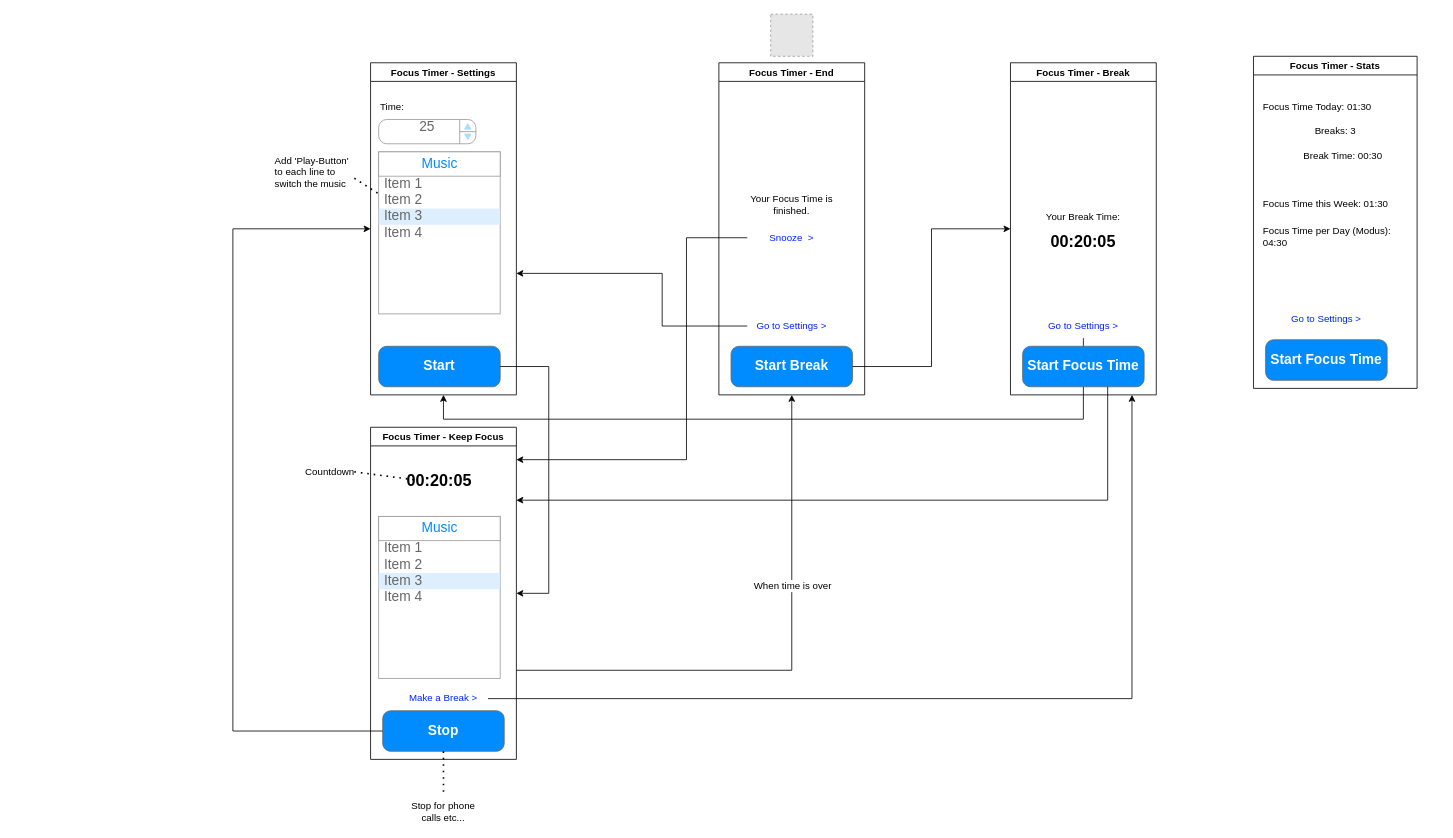
Earlier version of the draw.io diagram Documentation/mock.drawio (doesch/FocusTimer). Source tidied: cells renumbered, new cells numbered last; positions are measured from the earlier drawing's top-left corner, leaving out a move shared by most shapes. Both pictures are drawn from the tidied source at 81%, with x=0, y=0 at pixel (232, 14). Pictures stored in the file or linked from it are replaced by grey dashed boxes.
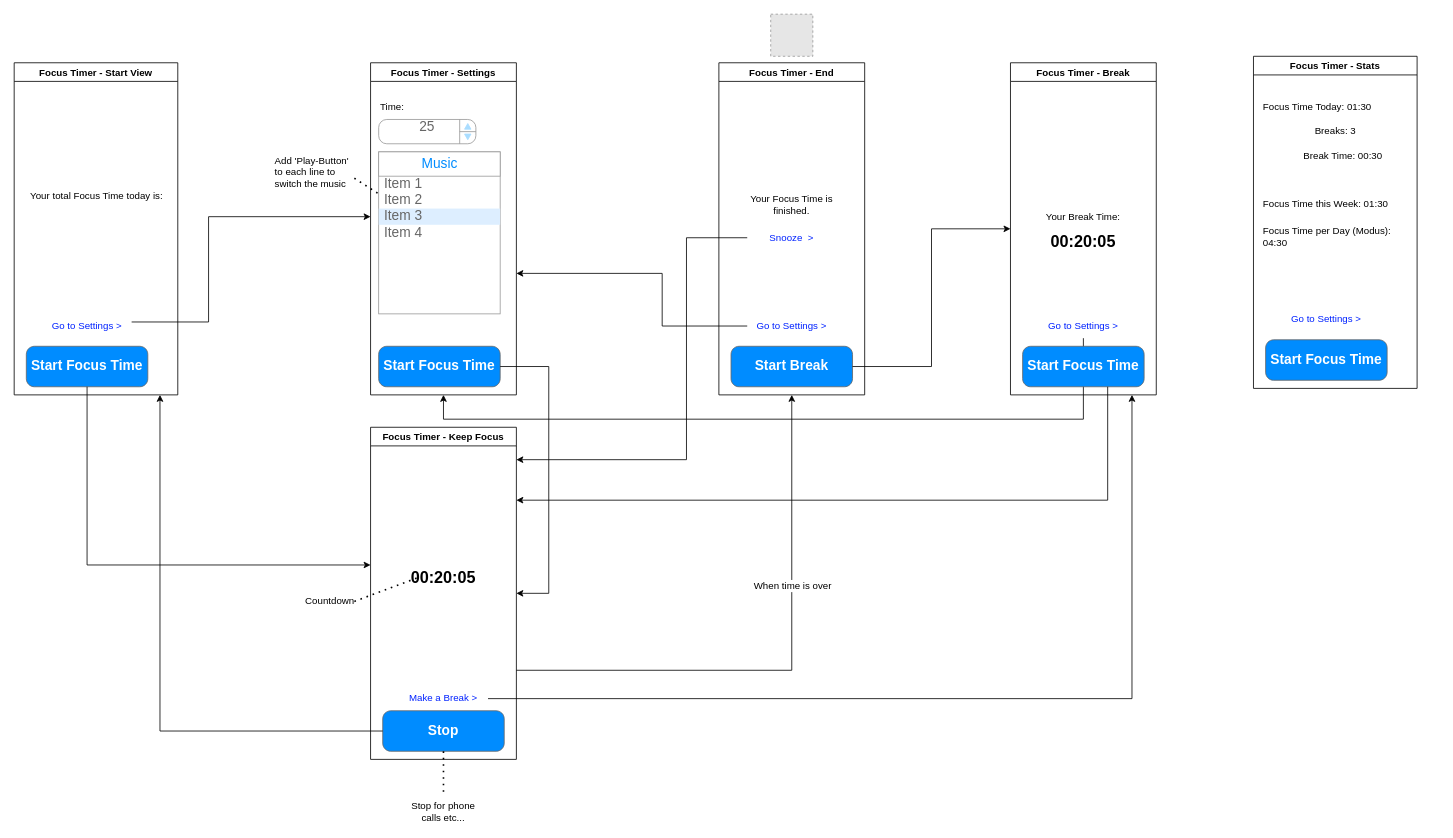
The same diagram, later.

Unchanged cells that the change refers to:
```xml
<mxCell id="3" value="Focus Timer - Settings" style="swimlane;" parent="1" vertex="1">
  <mxGeometry x="170" y="60" width="180" height="410" as="geometry" />
</mxCell>
<mxCell id="20" value="Focus Timer - Keep Focus" style="swimlane;" parent="1" vertex="1">
  <mxGeometry x="170" y="510" width="180" height="410" as="geometry" />
</mxCell>
<mxCell id="21" value="Stop" style="strokeWidth=1;shadow=0;dashed=0;align=center;html=1;shape=mxgraph.mockup.buttons.button;strokeColor=#666666;fontColor=#ffffff;mainText=;buttonStyle=round;fontSize=17;fontStyle=1;fillColor=#008cff;whiteSpace=wrap;" parent="20" vertex="1">
  <mxGeometry x="15" y="350" width="150" height="50" as="geometry" />
</mxCell>
```

The edit, as a diff of the source:
```diff
@@
-    <mxCell id="6" value="Start" style="strokeWidth=1;shadow=0;dashed=0;align=center;html=1;shape=mxgraph.mockup.buttons.button;strokeColor=#666666;fontColor=#ffffff;mainText=;buttonStyle=round;fontSize=17;fontStyle=1;fillColor=#008cff;whiteSpace=wrap;" parent="3" vertex="1">
+    <mxCell id="6" value="Start Focus Time" style="strokeWidth=1;shadow=0;dashed=0;align=center;html=1;shape=mxgraph.mockup.buttons.button;strokeColor=#666666;fontColor=#ffffff;mainText=;buttonStyle=round;fontSize=17;fontStyle=1;fillColor=#008cff;whiteSpace=wrap;" parent="3" vertex="1">
       <mxGeometry x="10" y="350" width="150" height="50" as="geometry" />
     </mxCell>
@@
-    <mxCell id="22" style="strokeWidth=1;shadow=0;dashed=0;align=center;html=1;shape=mxgraph.mockup.forms.rrect;rSize=0;strokeColor=#999999;fillColor=#ffffff;" parent="20" vertex="1">
-      <mxGeometry x="10" y="110" width="150" height="200" as="geometry" />
-    </mxCell>
-    <mxCell id="23" value="Music" style="strokeWidth=1;shadow=0;dashed=0;align=center;html=1;shape=mxgraph.mockup.forms.rrect;rSize=0;strokeColor=#999999;fontColor=#008cff;fontSize=17;fillColor=#ffffff;" parent="22" vertex="1">
-      <mxGeometry width="150" height="30" relative="1" as="geometry" />
-    </mxCell>
-    <mxCell id="24" value="Item 1" style="strokeWidth=1;shadow=0;dashed=0;align=center;html=1;shape=mxgraph.mockup.forms.anchor;fontSize=17;fontColor=#666666;align=left;spacingLeft=5;" parent="22" vertex="1">
-      <mxGeometry width="150" height="20" relative="1" as="geometry">
-        <mxPoint y="30" as="offset" />
-      </mxGeometry>
-    </mxCell>
-    <mxCell id="25" value="Item 2" style="strokeWidth=1;shadow=0;dashed=0;align=center;html=1;shape=mxgraph.mockup.forms.anchor;fontSize=17;fontColor=#666666;align=left;spacingLeft=5;" parent="22" vertex="1">
-      <mxGeometry width="150" height="20" relative="1" as="geometry">
-        <mxPoint y="50" as="offset" />
-      </mxGeometry>
-    </mxCell>
-    <mxCell id="26" value="Item 3" style="strokeWidth=1;shadow=0;dashed=0;align=center;html=1;shape=mxgraph.mockup.forms.rrect;rSize=0;fontSize=17;fontColor=#666666;align=left;spacingLeft=5;fillColor=#ddeeff;strokeColor=none;" parent="22" vertex="1">
-      <mxGeometry width="150" height="20" relative="1" as="geometry">
-        <mxPoint y="70" as="offset" />
-      </mxGeometry>
-    </mxCell>
-    <mxCell id="27" value="Item 4" style="strokeWidth=1;shadow=0;dashed=0;align=center;html=1;shape=mxgraph.mockup.forms.anchor;fontSize=17;fontColor=#666666;align=left;spacingLeft=5;" parent="22" vertex="1">
-      <mxGeometry width="150" height="20" relative="1" as="geometry">
-        <mxPoint y="90" as="offset" />
-      </mxGeometry>
-    </mxCell>
     <mxCell id="28" value="00:20:05" style="text;html=1;strokeColor=none;fillColor=none;align=center;verticalAlign=middle;whiteSpace=wrap;rounded=0;fontStyle=1;fontSize=20;" parent="20" vertex="1">
-      <mxGeometry x="55" y="50" width="60" height="30" as="geometry" />
+      <mxGeometry x="60" y="170" width="60" height="30" as="geometry" />
     </mxCell>
@@
     <mxCell id="31" value="Countdown" style="text;html=1;strokeColor=none;fillColor=none;align=center;verticalAlign=middle;whiteSpace=wrap;rounded=0;fontSize=12;" parent="1" vertex="1">
-      <mxGeometry x="90" y="550" width="60" height="30" as="geometry" />
+      <mxGeometry x="90" y="710" width="60" height="30" as="geometry" />
     </mxCell>
@@
-    <mxCell id="55" style="endArrow=classic;html=1;rounded=0;edgeStyle=elbowEdgeStyle;" parent="1" edge="1" source="21" target="3">
+    <mxCell id="55" style="endArrow=classic;html=1;rounded=0;edgeStyle=elbowEdgeStyle;" parent="1" edge="1" source="21" target="57">
       <mxGeometry relative="1" as="geometry">
         <Array as="points">
-          <mxPoint y="550" />
+          <mxPoint x="-90" y="570" />
           <mxPoint x="740" y="590" />
         </Array>
       </mxGeometry>
     </mxCell>
@@
+    <mxCell id="57" value="Focus Timer - Start View" style="swimlane;" parent="1" vertex="1">
+      <mxGeometry x="-270" y="60" width="202" height="410" as="geometry" />
+    </mxCell>
+    <mxCell id="58" value="Start Focus Time" style="strokeWidth=1;shadow=0;dashed=0;align=center;html=1;shape=mxgraph.mockup.buttons.button;strokeColor=#666666;fontColor=#ffffff;mainText=;buttonStyle=round;fontSize=17;fontStyle=1;fillColor=#008cff;whiteSpace=wrap;" parent="57" vertex="1">
+      <mxGeometry x="15" y="350" width="150" height="50" as="geometry" />
+    </mxCell>
+    <mxCell id="59" value="Go to Settings &amp;gt;" style="text;html=1;strokeColor=none;fillColor=none;align=center;verticalAlign=middle;whiteSpace=wrap;rounded=0;fontSize=12;fontStyle=0;fontColor=#0022FF;" parent="57" vertex="1">
+      <mxGeometry x="35" y="310" width="110" height="30" as="geometry" />
+    </mxCell>
+    <mxCell id="60" value="Your total Focus Time today is:" style="text;html=1;strokeColor=none;fillColor=none;align=center;verticalAlign=middle;whiteSpace=wrap;rounded=0;" parent="57" vertex="1">
+      <mxGeometry x="15" y="150" width="174" height="30" as="geometry" />
+    </mxCell>
+    <mxCell id="61" style="endArrow=classic;html=1;rounded=0;edgeStyle=orthogonalEdgeStyle;" parent="1" edge="1" source="59" target="3">
+      <mxGeometry relative="1" as="geometry">
+        <Array as="points">
+          <mxPoint x="-30" y="380" />
+          <mxPoint x="-30" y="250" />
+        </Array>
+      </mxGeometry>
+    </mxCell>
+    <mxCell id="62" style="endArrow=classic;html=1;rounded=0;edgeStyle=elbowEdgeStyle;elbow=vertical;" parent="1" edge="1" source="58" target="20">
+      <mxGeometry relative="1" as="geometry">
+        <Array as="points">
+          <mxPoint x="10" y="680" />
+        </Array>
+      </mxGeometry>
+    </mxCell>
```
